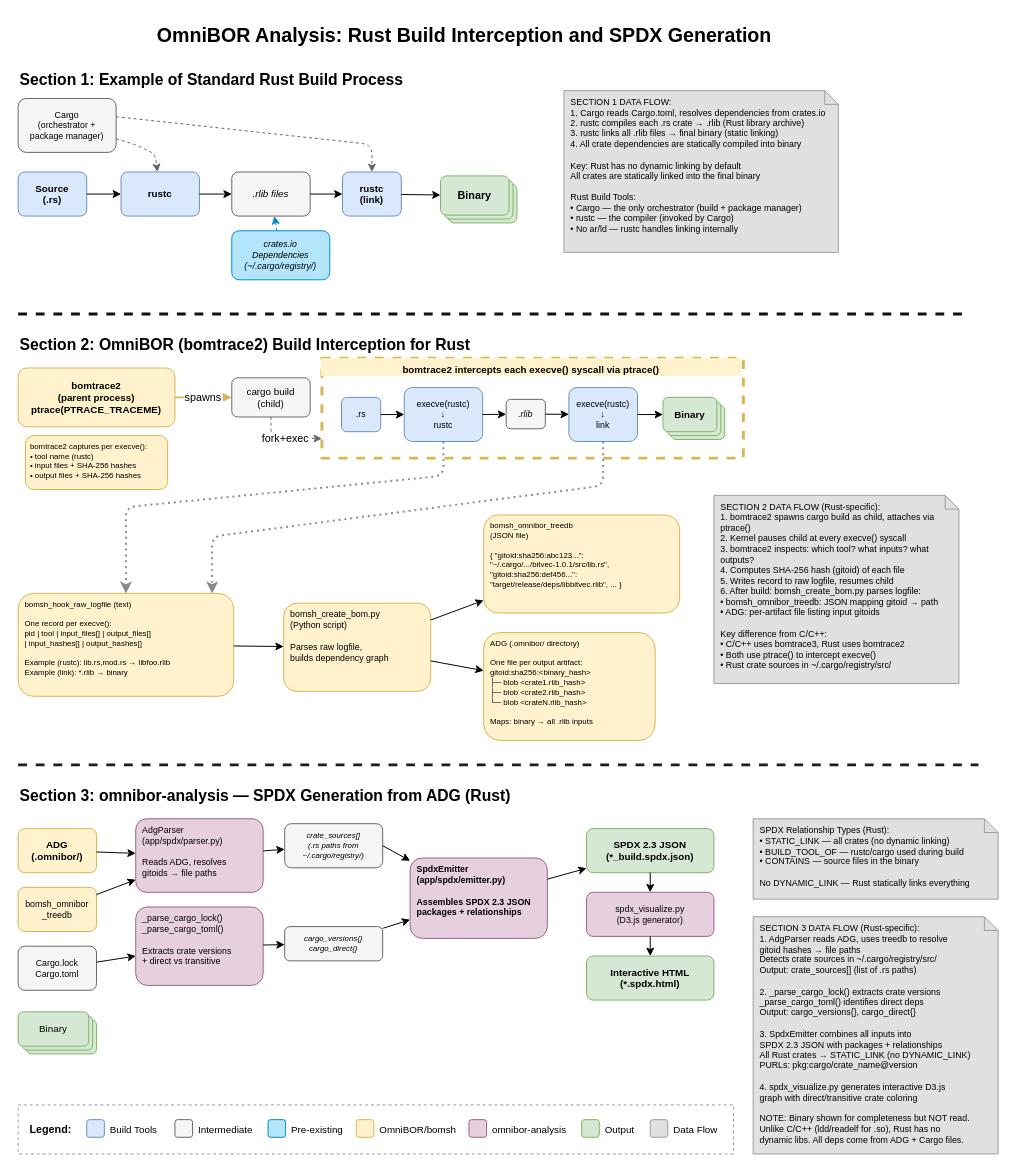
The draw.io diagram docs/sidecar/rust/rust-build-interception.drawio in tedg-dev/bisbom-gen, before the edit. Source tidied: cells renumbered, new cells numbered last; positions are measured from the earlier drawing's top-left corner, leaving out a move shared by most shapes. Both pictures are drawn from the tidied source at 98%, with x=0, y=0 at pixel (18, 17).
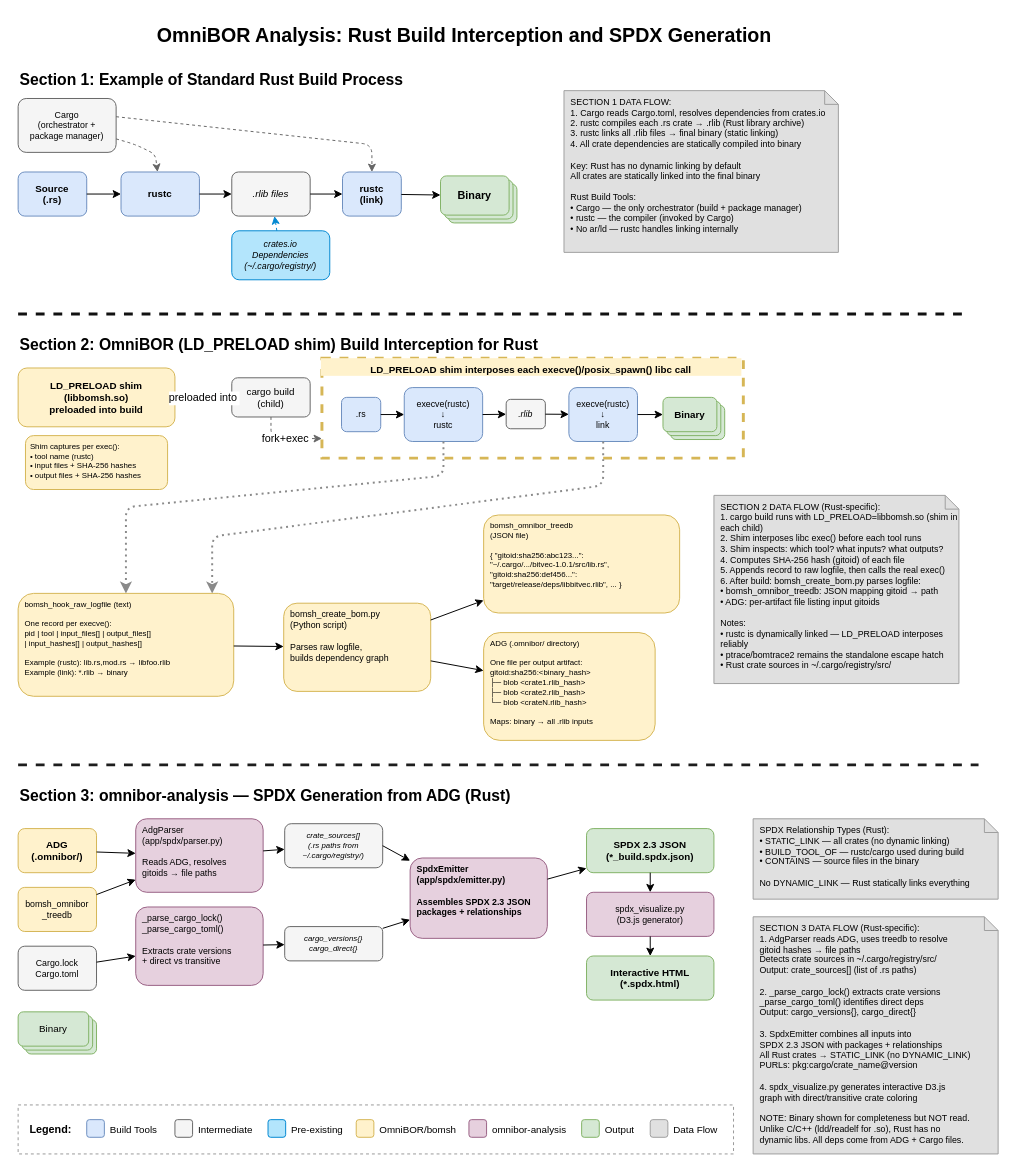
The same page after the edit.

Unchanged cells that the change refers to:
```xml
<mxCell id="40" value="cargo build&#10;(child)" style="rounded=1;fillColor=#f5f5f5;strokeColor=#666666;fontSize=10;" parent="1" vertex="1">
  <mxGeometry x="218" y="368" width="80" height="40" as="geometry" />
</mxCell>
```

Change to the diagram source:
```diff
@@
-    <mxCell id="38" value="Section 2: OmniBOR (bomtrace2) Build Interception for Rust" style="text;html=1;fontSize=16;fontStyle=1;" parent="1" vertex="1">
+    <mxCell id="38" value="Section 2: OmniBOR (LD_PRELOAD shim) Build Interception for Rust" style="text;html=1;fontSize=16;fontStyle=1;" parent="1" vertex="1">
       <mxGeometry y="318" width="500" height="25" as="geometry" />
     </mxCell>
-    <mxCell id="39" value="bomtrace2&#10;(parent process)&#10;ptrace(PTRACE_TRACEME)" style="rounded=1;fillColor=#fff2cc;strokeColor=#d6b656;fontSize=10;fontStyle=1;" parent="1" vertex="1">
+    <mxCell id="39" value="LD_PRELOAD shim&#10;(libbomsh.so)&#10;preloaded into build" style="rounded=1;fillColor=#fff2cc;strokeColor=#d6b656;fontSize=10;fontStyle=1;" parent="1" vertex="1">
       <mxGeometry y="358" width="160" height="60" as="geometry" />
     </mxCell>
@@
-    <mxCell id="42" value="bomtrace2 intercepts each execve() syscall via ptrace()" style="text;fillColor=#fff2cc;strokeColor=none;fontSize=10;fontStyle=1;align=center;" parent="1" vertex="1">
+    <mxCell id="42" value="LD_PRELOAD shim interposes each execve()/posix_spawn() libc call" style="text;fillColor=#fff2cc;strokeColor=none;fontSize=10;fontStyle=1;align=center;" parent="1" vertex="1">
       <mxGeometry x="309" y="348" width="429" height="18" as="geometry" />
     </mxCell>
@@
-    <mxCell id="54" value="spawns" style="strokeColor=#d6b656;strokeWidth=2;" parent="1" edge="1" source="39" target="40">
+    <mxCell id="54" value="preloaded into" style="strokeColor=#d6b656;strokeWidth=2;" parent="1" edge="1" source="39" target="40">
       <mxGeometry relative="1" as="geometry" />
     </mxCell>
@@
-    <mxCell id="58" value="bomtrace2 captures per execve():&#10;• tool name (rustc)&#10;• input files + SHA-256 hashes&#10;• output files + SHA-256 hashes" style="text;fillColor=#fff2cc;strokeColor=#d6b656;fontSize=8;align=left;spacingLeft=3;verticalAlign=top;rounded=1;" parent="1" vertex="1">
+    <mxCell id="58" value="Shim captures per exec():&#10;• tool name (rustc)&#10;• input files + SHA-256 hashes&#10;• output files + SHA-256 hashes" style="text;fillColor=#fff2cc;strokeColor=#d6b656;fontSize=8;align=left;spacingLeft=3;verticalAlign=top;rounded=1;" parent="1" vertex="1">
       <mxGeometry x="7.5" y="427" width="145" height="55" as="geometry" />
     </mxCell>
@@
-    <mxCell id="66" value="SECTION 2 DATA FLOW (Rust-specific):&#10;1. bomtrace2 spawns cargo build as child, attaches via ptrace()&#10;2. Kernel pauses child at every execve() syscall&#10;3. bomtrace2 inspects: which tool? what inputs? what outputs?&#10;4. Computes SHA-256 hash (gitoid) of each file&#10;5. Writes record to raw logfile, resumes child&#10;6. After build: bomsh_create_bom.py parses logfile:&#10;   • bomsh_omnibor_treedb: JSON mapping gitoid → path&#10;   • ADG: per-artifact file listing input gitoids&#10;&#10;Key difference from C/C++:&#10;• C/C++ uses bomtrace3, Rust uses bomtrace2&#10;• Both use ptrace() to intercept execve()&#10;• Rust crate sources in ~/.cargo/registry/src/" style="shape=note;size=14;fillColor=#e0e0e0;strokeColor=#9e9e9e;fontSize=9;align=left;spacingLeft=5;verticalAlign=top;whiteSpace=wrap;" parent="1" vertex="1">
+    <mxCell id="66" value="SECTION 2 DATA FLOW (Rust-specific):&#10;1. cargo build runs with LD_PRELOAD=libbomsh.so (shim in each child)&#10;2. Shim interposes libc exec() before each tool runs&#10;3. Shim inspects: which tool? what inputs? what outputs?&#10;4. Computes SHA-256 hash (gitoid) of each file&#10;5. Appends record to raw logfile, then calls the real exec()&#10;6. After build: bomsh_create_bom.py parses logfile:&#10;   • bomsh_omnibor_treedb: JSON mapping gitoid → path&#10;   • ADG: per-artifact file listing input gitoids&#10;&#10;Notes:&#10;• rustc is dynamically linked — LD_PRELOAD interposes reliably&#10;• ptrace/bomtrace2 remains the standalone escape hatch&#10;• Rust crate sources in ~/.cargo/registry/src/" style="shape=note;size=14;fillColor=#e0e0e0;strokeColor=#9e9e9e;fontSize=9;align=left;spacingLeft=5;verticalAlign=top;whiteSpace=wrap;" parent="1" vertex="1">
       <mxGeometry x="710" y="488" width="250" height="192" as="geometry" />
     </mxCell>
```
